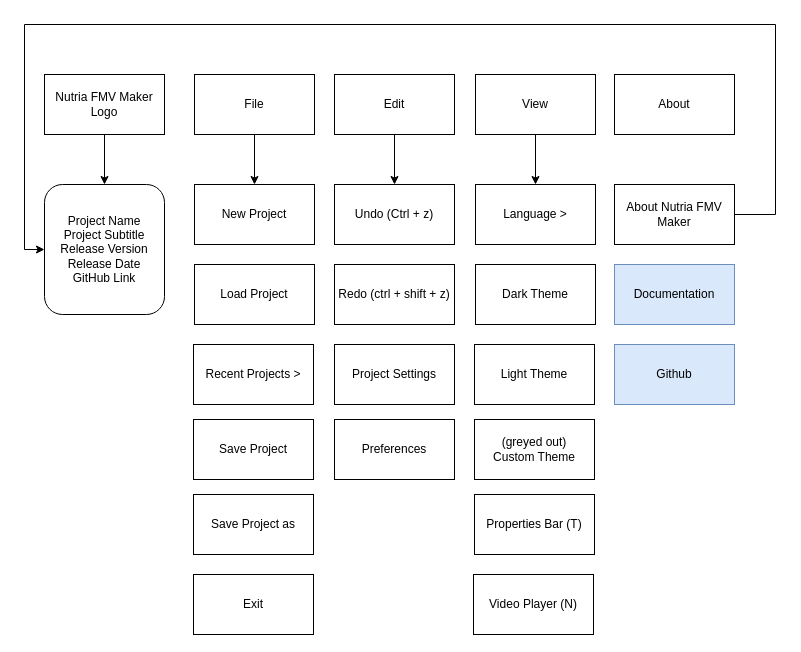
Earlier version of the draw.io diagram page "Menu Bar" (3 of 7) of Nutria FMV.drawio (k-pasta/Nutria_FMV_Maker). Source tidied: cells renumbered, new cells numbered last; positions are measured from the earlier drawing's top-left corner, leaving out a move shared by most shapes. Both pictures are drawn from the tidied source at 100%, with x=0, y=0 at pixel (24, 24).
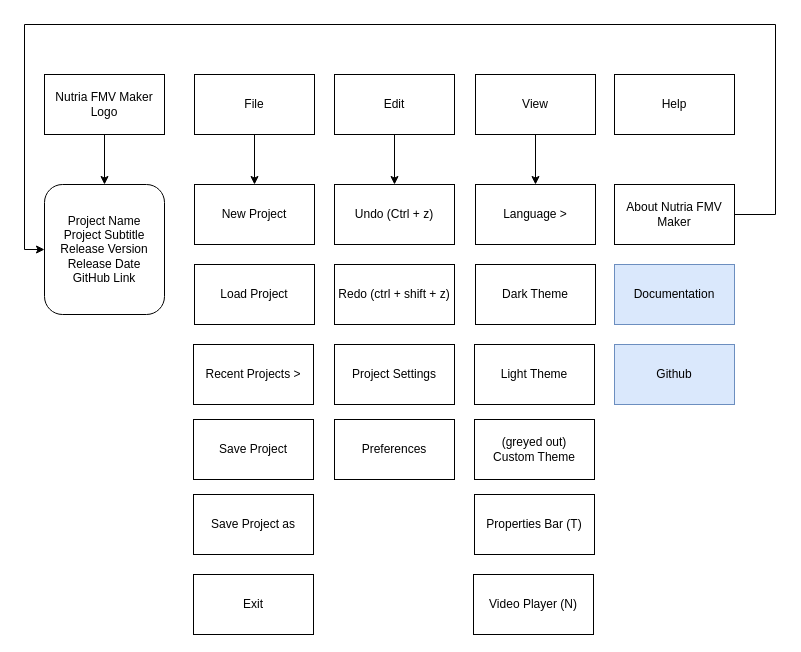
Above is the later version.

Change to the diagram source:
```diff
@@
-    <mxCell id="10" value="About" style="rounded=0;whiteSpace=wrap;html=1;" parent="1" vertex="1">
+    <mxCell id="10" value="Help" style="rounded=0;whiteSpace=wrap;html=1;" parent="1" vertex="1">
       <mxGeometry x="590" y="50" width="120" height="60" as="geometry" />
     </mxCell>
```
